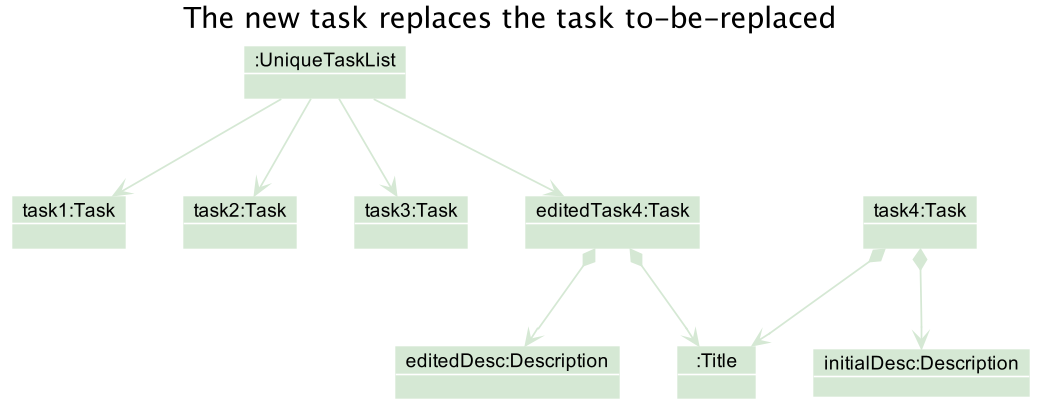
Before: docs/images/EditCommandClassDiagram3.png, a diagram exported from PlantUML (petrickjerico/tp).
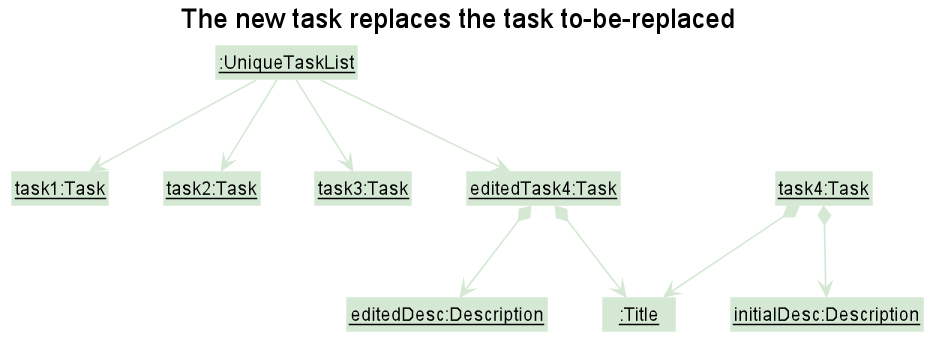
The same file after the commit.

Commit message:
Update task object diagrams

Diff of the diagram source:
```diff
@@ -8,16 +8,16 @@
 
 Title The new task replaces the task to-be-replaced
 
-Object ":UniqueTaskList" as UniqueTaskList
-Object "task1:Task" as task1
-Object "task2:Task" as task2
-Object "task3:Task" as task3
-Object "task4:Task" as task4
-Object "editedTask4:Task" as task5
-Object ":Title" as Title
-object "initialDesc:Description" as desc0
+Class "__:UniqueTaskList__" as UniqueTaskList
+Class "__task1:Task__" as task1
+Class "__task2:Task__" as task2
+Class "__task3:Task__" as task3
+Class "__task4:Task__" as task4
+Class "__editedTask4:Task__" as task5
+Class "__:Title__" as Title
+Class "__initialDesc:Description__" as desc0
 desc0 : description = "test"
-object "editedDesc:Description" as desc1
+Class "__editedDesc:Description__" as desc1
 desc0 : description = "test"
 
 
```
